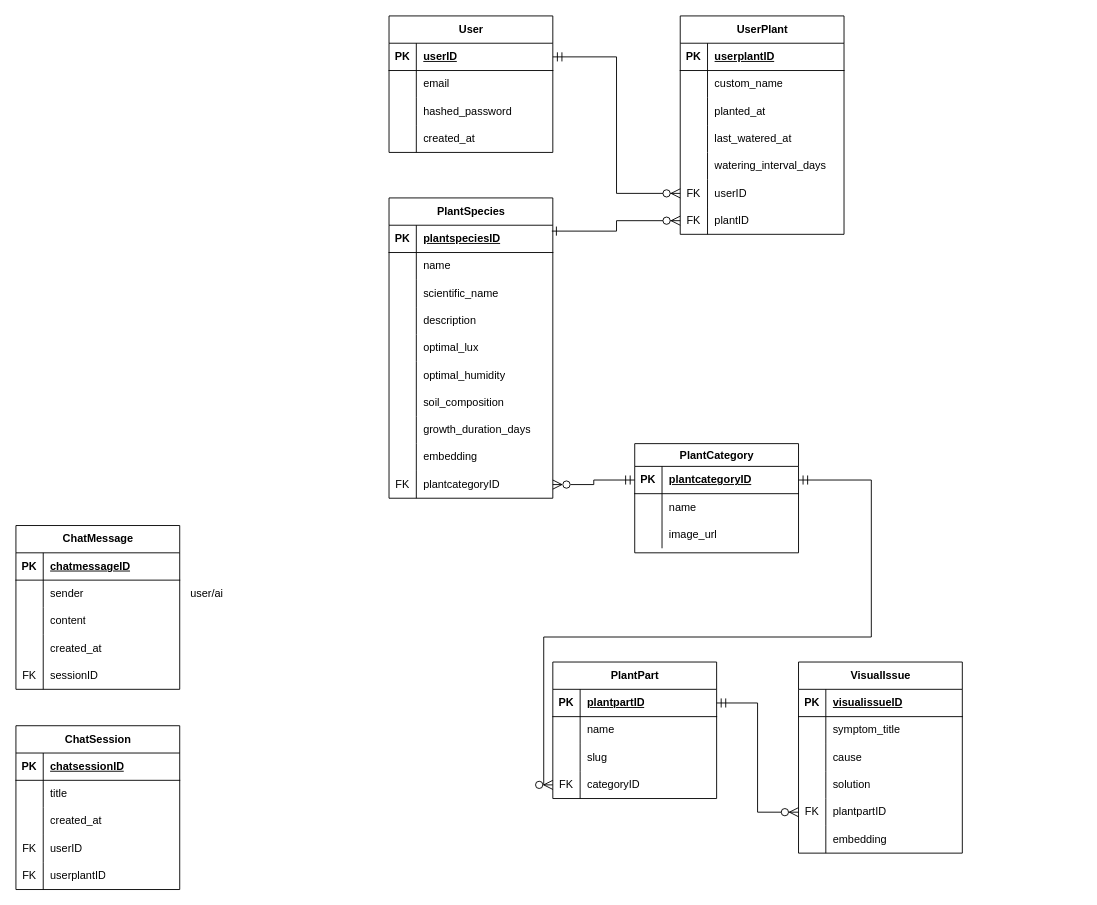
This is ERdiagram/Диаграмма без названия (1).drawio from tea-ervi/floraguide-ai, a draw.io file, before an edit. Source tidied: cells renumbered, new cells numbered last; positions are measured from the earlier drawing's top-left corner, leaving out a move shared by most shapes. Both pictures are drawn from the tidied source at 91%, with x=0, y=0 at pixel (15, 15).
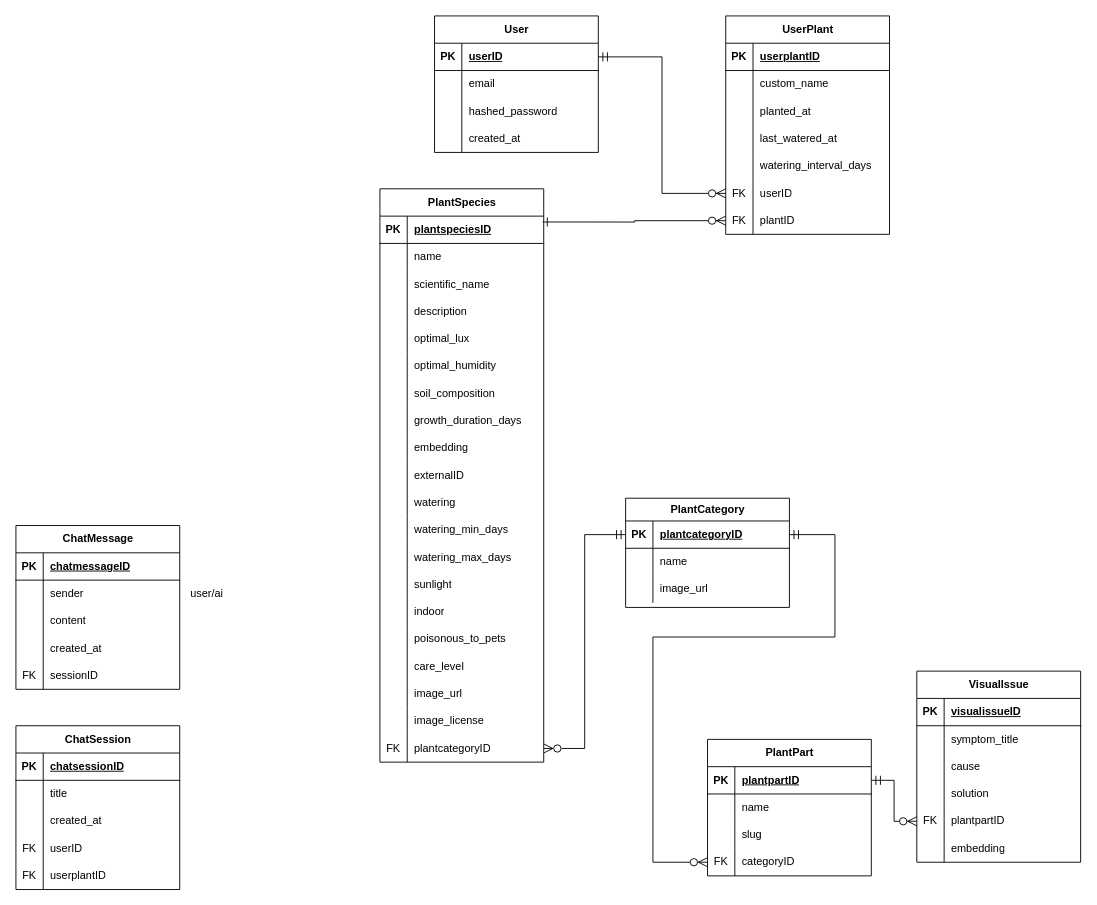
The same diagram, later.

Commit message (it also covers changes not shown here):
Документация: ER-диаграмма, правила игнорирования файлов

The change refers to these unchanged cells:
```xml
<mxCell id="111" style="shape=tableRow;horizontal=0;startSize=0;swimlaneHead=0;swimlaneBody=0;fillColor=none;points=[[0,0.5],[1,0.5]];portConstraint=eastwest;top=0;left=0;right=0;bottom=0;" parent="101" vertex="1">
  <mxGeometry y="120" width="180" height="30" as="geometry" />
</mxCell>
<mxCell id="115" style="shape=tableRow;horizontal=0;startSize=0;swimlaneHead=0;swimlaneBody=0;fillColor=none;points=[[0,0.5],[1,0.5]];portConstraint=eastwest;top=0;left=0;right=0;bottom=1;" parent="114" vertex="1">
  <mxGeometry y="25" width="180" height="30" as="geometry" />
</mxCell>
```

What changed in the source:
```diff
@@
     <mxCell id="2" value="User" style="shape=table;startSize=30;childLayout=tableLayout;rowLines=0;fontStyle=1;align=center;html=1;" parent="1" vertex="1">
-      <mxGeometry x="410" width="180" height="150" as="geometry" />
+      <mxGeometry x="460" width="180" height="150" as="geometry" />
     </mxCell>
@@
     <mxCell id="15" value="PlantSpecies" style="shape=table;startSize=30;childLayout=tableLayout;rowLines=0;fontStyle=1;align=center;html=1;" parent="1" vertex="1">
-      <mxGeometry x="410" y="200" width="180" height="330" as="geometry" />
+      <mxGeometry x="400" y="190" width="180" height="630" as="geometry" />
     </mxCell>
@@
+    <mxCell id="148" style="shape=tableRow;horizontal=0;startSize=0;swimlaneHead=0;swimlaneBody=0;fillColor=none;top=0;left=0;right=0;bottom=0;" parent="15" vertex="1">
+      <mxGeometry y="300" width="180" height="30" as="geometry" />
+    </mxCell>
+    <mxCell id="149" style="shape=partialRectangle;fillColor=none;top=0;left=0;bottom=0;right=0;overflow=hidden;whiteSpace=wrap;html=1;" parent="148" vertex="1">
+      <mxGeometry width="30" height="30" as="geometry" />
+    </mxCell>
+    <mxCell id="150" value="externalID" style="shape=partialRectangle;fillColor=none;top=0;left=0;bottom=0;right=0;align=left;spacingLeft=6;overflow=hidden;whiteSpace=wrap;html=1;" parent="148" vertex="1">
+      <mxGeometry x="30" width="150" height="30" as="geometry" />
+    </mxCell>
+    <mxCell id="151" style="shape=tableRow;horizontal=0;startSize=0;swimlaneHead=0;swimlaneBody=0;fillColor=none;top=0;left=0;right=0;bottom=0;" parent="15" vertex="1">
+      <mxGeometry y="330" width="180" height="30" as="geometry" />
+    </mxCell>
+    <mxCell id="152" style="shape=partialRectangle;fillColor=none;top=0;left=0;bottom=0;right=0;overflow=hidden;whiteSpace=wrap;html=1;" parent="151" vertex="1">
+      <mxGeometry width="30" height="30" as="geometry" />
+    </mxCell>
+    <mxCell id="153" value="watering" style="shape=partialRectangle;fillColor=none;top=0;left=0;bottom=0;right=0;align=left;spacingLeft=6;overflow=hidden;whiteSpace=wrap;html=1;" parent="151" vertex="1">
+      <mxGeometry x="30" width="150" height="30" as="geometry" />
+    </mxCell>
+    <mxCell id="154" style="shape=tableRow;horizontal=0;startSize=0;swimlaneHead=0;swimlaneBody=0;fillColor=none;top=0;left=0;right=0;bottom=0;" parent="15" vertex="1">
+      <mxGeometry y="360" width="180" height="30" as="geometry" />
+    </mxCell>
+    <mxCell id="155" style="shape=partialRectangle;fillColor=none;top=0;left=0;bottom=0;right=0;overflow=hidden;whiteSpace=wrap;html=1;" parent="154" vertex="1">
+      <mxGeometry width="30" height="30" as="geometry" />
+    </mxCell>
+    <mxCell id="156" value="watering_min_days" style="shape=partialRectangle;fillColor=none;top=0;left=0;bottom=0;right=0;align=left;spacingLeft=6;overflow=hidden;whiteSpace=wrap;html=1;" parent="154" vertex="1">
+      <mxGeometry x="30" width="150" height="30" as="geometry" />
+    </mxCell>
+    <mxCell id="157" style="shape=tableRow;horizontal=0;startSize=0;swimlaneHead=0;swimlaneBody=0;fillColor=none;top=0;left=0;right=0;bottom=0;" parent="15" vertex="1">
+      <mxGeometry y="390" width="180" height="30" as="geometry" />
+    </mxCell>
+    <mxCell id="158" style="shape=partialRectangle;fillColor=none;top=0;left=0;bottom=0;right=0;overflow=hidden;whiteSpace=wrap;html=1;" parent="157" vertex="1">
+      <mxGeometry width="30" height="30" as="geometry" />
+    </mxCell>
+    <mxCell id="159" value="watering_max_days" style="shape=partialRectangle;fillColor=none;top=0;left=0;bottom=0;right=0;align=left;spacingLeft=6;overflow=hidden;whiteSpace=wrap;html=1;" parent="157" vertex="1">
+      <mxGeometry x="30" width="150" height="30" as="geometry" />
+    </mxCell>
+    <mxCell id="160" style="shape=tableRow;horizontal=0;startSize=0;swimlaneHead=0;swimlaneBody=0;fillColor=none;top=0;left=0;right=0;bottom=0;" parent="15" vertex="1">
+      <mxGeometry y="420" width="180" height="30" as="geometry" />
+    </mxCell>
+    <mxCell id="161" style="shape=partialRectangle;fillColor=none;top=0;left=0;bottom=0;right=0;overflow=hidden;whiteSpace=wrap;html=1;" parent="160" vertex="1">
+      <mxGeometry width="30" height="30" as="geometry" />
+    </mxCell>
+    <mxCell id="162" value="sunlight" style="shape=partialRectangle;fillColor=none;top=0;left=0;bottom=0;right=0;align=left;spacingLeft=6;overflow=hidden;whiteSpace=wrap;html=1;" parent="160" vertex="1">
+      <mxGeometry x="30" width="150" height="30" as="geometry" />
+    </mxCell>
+    <mxCell id="163" style="shape=tableRow;horizontal=0;startSize=0;swimlaneHead=0;swimlaneBody=0;fillColor=none;top=0;left=0;right=0;bottom=0;" parent="15" vertex="1">
+      <mxGeometry y="450" width="180" height="30" as="geometry" />
+    </mxCell>
+    <mxCell id="164" style="shape=partialRectangle;fillColor=none;top=0;left=0;bottom=0;right=0;overflow=hidden;whiteSpace=wrap;html=1;" parent="163" vertex="1">
+      <mxGeometry width="30" height="30" as="geometry" />
+    </mxCell>
+    <mxCell id="165" value="indoor" style="shape=partialRectangle;fillColor=none;top=0;left=0;bottom=0;right=0;align=left;spacingLeft=6;overflow=hidden;whiteSpace=wrap;html=1;" parent="163" vertex="1">
+      <mxGeometry x="30" width="150" height="30" as="geometry" />
+    </mxCell>
+    <mxCell id="166" style="shape=tableRow;horizontal=0;startSize=0;swimlaneHead=0;swimlaneBody=0;fillColor=none;top=0;left=0;right=0;bottom=0;" parent="15" vertex="1">
+      <mxGeometry y="480" width="180" height="30" as="geometry" />
+    </mxCell>
+    <mxCell id="167" style="shape=partialRectangle;fillColor=none;top=0;left=0;bottom=0;right=0;overflow=hidden;whiteSpace=wrap;html=1;" parent="166" vertex="1">
+      <mxGeometry width="30" height="30" as="geometry" />
+    </mxCell>
+    <mxCell id="168" value="poisonous_to_pets" style="shape=partialRectangle;fillColor=none;top=0;left=0;bottom=0;right=0;align=left;spacingLeft=6;overflow=hidden;whiteSpace=wrap;html=1;" parent="166" vertex="1">
+      <mxGeometry x="30" width="150" height="30" as="geometry" />
+    </mxCell>
+    <mxCell id="169" style="shape=tableRow;horizontal=0;startSize=0;swimlaneHead=0;swimlaneBody=0;fillColor=none;top=0;left=0;right=0;bottom=0;" parent="15" vertex="1">
+      <mxGeometry y="510" width="180" height="30" as="geometry" />
+    </mxCell>
+    <mxCell id="170" style="shape=partialRectangle;fillColor=none;top=0;left=0;bottom=0;right=0;overflow=hidden;whiteSpace=wrap;html=1;" parent="169" vertex="1">
+      <mxGeometry width="30" height="30" as="geometry" />
+    </mxCell>
+    <mxCell id="171" value="care_level" style="shape=partialRectangle;fillColor=none;top=0;left=0;bottom=0;right=0;align=left;spacingLeft=6;overflow=hidden;whiteSpace=wrap;html=1;" parent="169" vertex="1">
+      <mxGeometry x="30" width="150" height="30" as="geometry" />
+    </mxCell>
+    <mxCell id="172" style="shape=tableRow;horizontal=0;startSize=0;swimlaneHead=0;swimlaneBody=0;fillColor=none;top=0;left=0;right=0;bottom=0;" parent="15" vertex="1">
+      <mxGeometry y="540" width="180" height="30" as="geometry" />
+    </mxCell>
+    <mxCell id="173" style="shape=partialRectangle;fillColor=none;top=0;left=0;bottom=0;right=0;overflow=hidden;whiteSpace=wrap;html=1;" parent="172" vertex="1">
+      <mxGeometry width="30" height="30" as="geometry" />
+    </mxCell>
+    <mxCell id="174" value="image_url" style="shape=partialRectangle;fillColor=none;top=0;left=0;bottom=0;right=0;align=left;spacingLeft=6;overflow=hidden;whiteSpace=wrap;html=1;" parent="172" vertex="1">
+      <mxGeometry x="30" width="150" height="30" as="geometry" />
+    </mxCell>
+    <mxCell id="175" style="shape=tableRow;horizontal=0;startSize=0;swimlaneHead=0;swimlaneBody=0;fillColor=none;top=0;left=0;right=0;bottom=0;" parent="15" vertex="1">
+      <mxGeometry y="570" width="180" height="30" as="geometry" />
+    </mxCell>
+    <mxCell id="176" style="shape=partialRectangle;fillColor=none;top=0;left=0;bottom=0;right=0;overflow=hidden;whiteSpace=wrap;html=1;" parent="175" vertex="1">
+      <mxGeometry width="30" height="30" as="geometry" />
+    </mxCell>
+    <mxCell id="177" value="image_license" style="shape=partialRectangle;fillColor=none;top=0;left=0;bottom=0;right=0;align=left;spacingLeft=6;overflow=hidden;whiteSpace=wrap;html=1;" parent="175" vertex="1">
+      <mxGeometry x="30" width="150" height="30" as="geometry" />
+    </mxCell>
     <mxCell id="43" style="shape=tableRow;horizontal=0;startSize=0;swimlaneHead=0;swimlaneBody=0;fillColor=none;points=[[0,0.5],[1,0.5]];portConstraint=eastwest;top=0;left=0;right=0;bottom=0;" parent="15" vertex="1">
-      <mxGeometry y="300" width="180" height="30" as="geometry" />
+      <mxGeometry y="600" width="180" height="30" as="geometry" />
     </mxCell>
@@
     <mxCell id="46" value="UserPlant" style="shape=table;startSize=30;childLayout=tableLayout;rowLines=0;fontStyle=1;align=center;html=1;" parent="1" vertex="1">
-      <mxGeometry x="730" width="180" height="240" as="geometry" />
+      <mxGeometry x="780" width="180" height="240" as="geometry" />
     </mxCell>
@@
     <mxCell id="101" value="PlantPart" style="shape=table;startSize=30;childLayout=tableLayout;rowLines=0;fontStyle=1;align=center;html=1;" parent="1" vertex="1">
-      <mxGeometry x="590" y="710" width="180" height="150" as="geometry" />
+      <mxGeometry x="760" y="795" width="180" height="150" as="geometry" />
     </mxCell>
@@
     <mxCell id="114" value="PlantCategory" style="shape=table;startSize=25;childLayout=tableLayout;rowLines=0;fontStyle=1;align=center;html=1;" parent="1" vertex="1">
-      <mxGeometry x="680" y="470" width="180" height="120" as="geometry" />
+      <mxGeometry x="670" y="530" width="180" height="120" as="geometry" />
     </mxCell>
@@
     <mxCell id="124" value="VisualIssue" style="shape=table;startSize=30;childLayout=tableLayout;rowLines=0;fontStyle=1;align=center;html=1;" parent="1" vertex="1">
-      <mxGeometry x="860" y="710" width="180" height="210" as="geometry" />
+      <mxGeometry x="990" y="720" width="180" height="210" as="geometry" />
     </mxCell>
@@
     <mxCell id="146" style="edgeStyle=orthogonalEdgeStyle;fontSize=12;html=1;endArrow=ERzeroToMany;endFill=1;rounded=0;startSize=8;endSize=8;exitX=1;exitY=0.5;exitDx=0;exitDy=0;entryX=0;entryY=0.5;entryDx=0;entryDy=0;startArrow=ERmandOne;startFill=0;" parent="1" edge="1" source="115" target="111">
-      <mxGeometry x="0.23" relative="1" as="geometry">
+      <mxGeometry x="-0.11" relative="1" as="geometry">
         <Array as="points">
-          <mxPoint x="940" y="510" />
-          <mxPoint x="940" y="682.5" />
-          <mxPoint x="580" y="682.5" />
-          <mxPoint x="580" y="845" />
+          <mxPoint x="900" y="570" />
+          <mxPoint x="900" y="682.5" />
+          <mxPoint x="700" y="682.5" />
+          <mxPoint x="700" y="930" />
         </Array>
       </mxGeometry>
     </mxCell>
```
